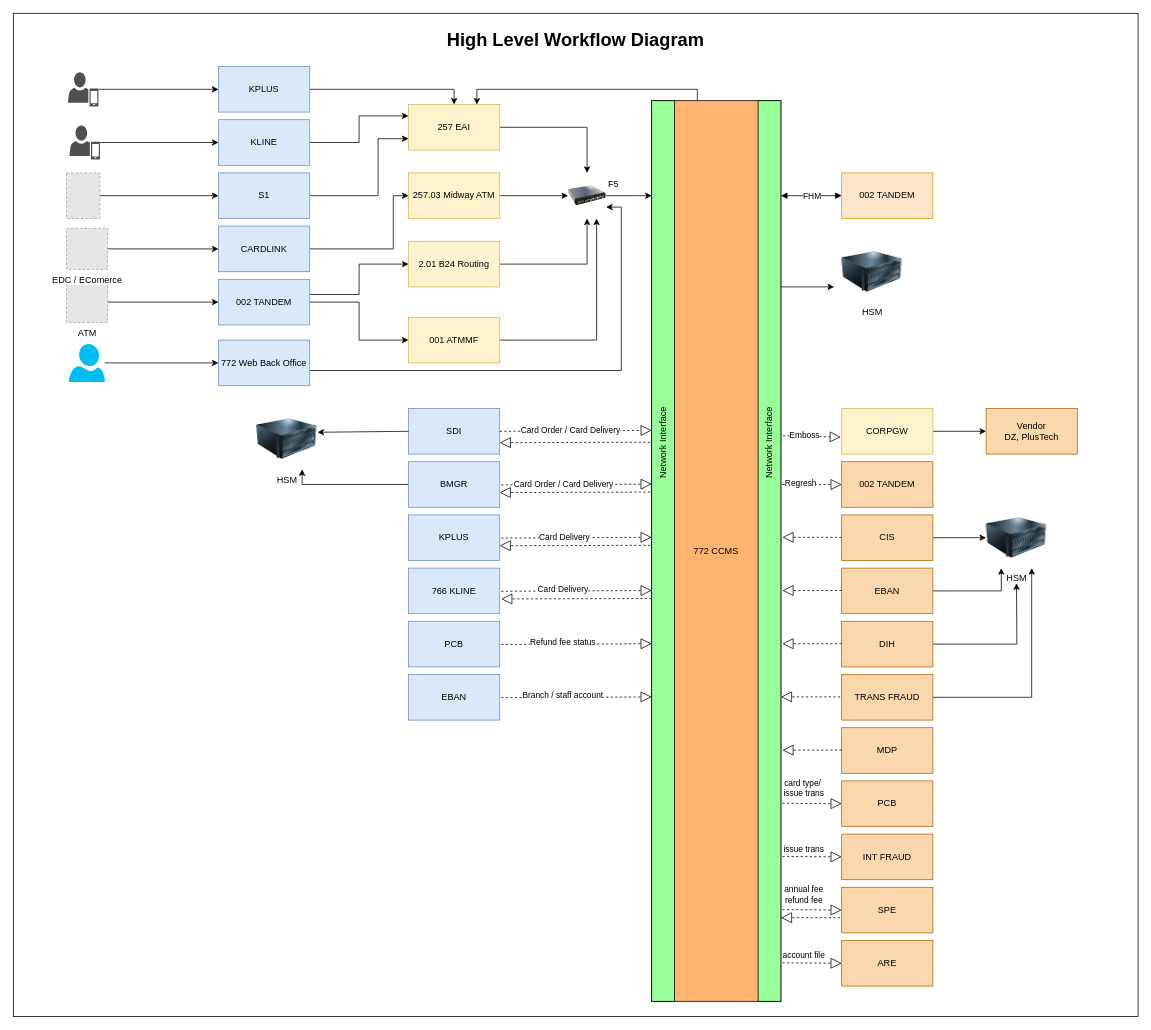
This is page "High Level Diagram" (2 of 7) of CCMS_Diagram.drawio from chawaratr/drawio, a draw.io file, before an edit. Source tidied: cells renumbered, new cells numbered last; positions are measured from the earlier drawing's top-left corner, leaving out a move shared by most shapes. Both pictures are drawn from the tidied source at 76%, with x=0, y=0 at pixel (13, 13). Pictures stored in the file or linked from it are replaced by grey dashed boxes.
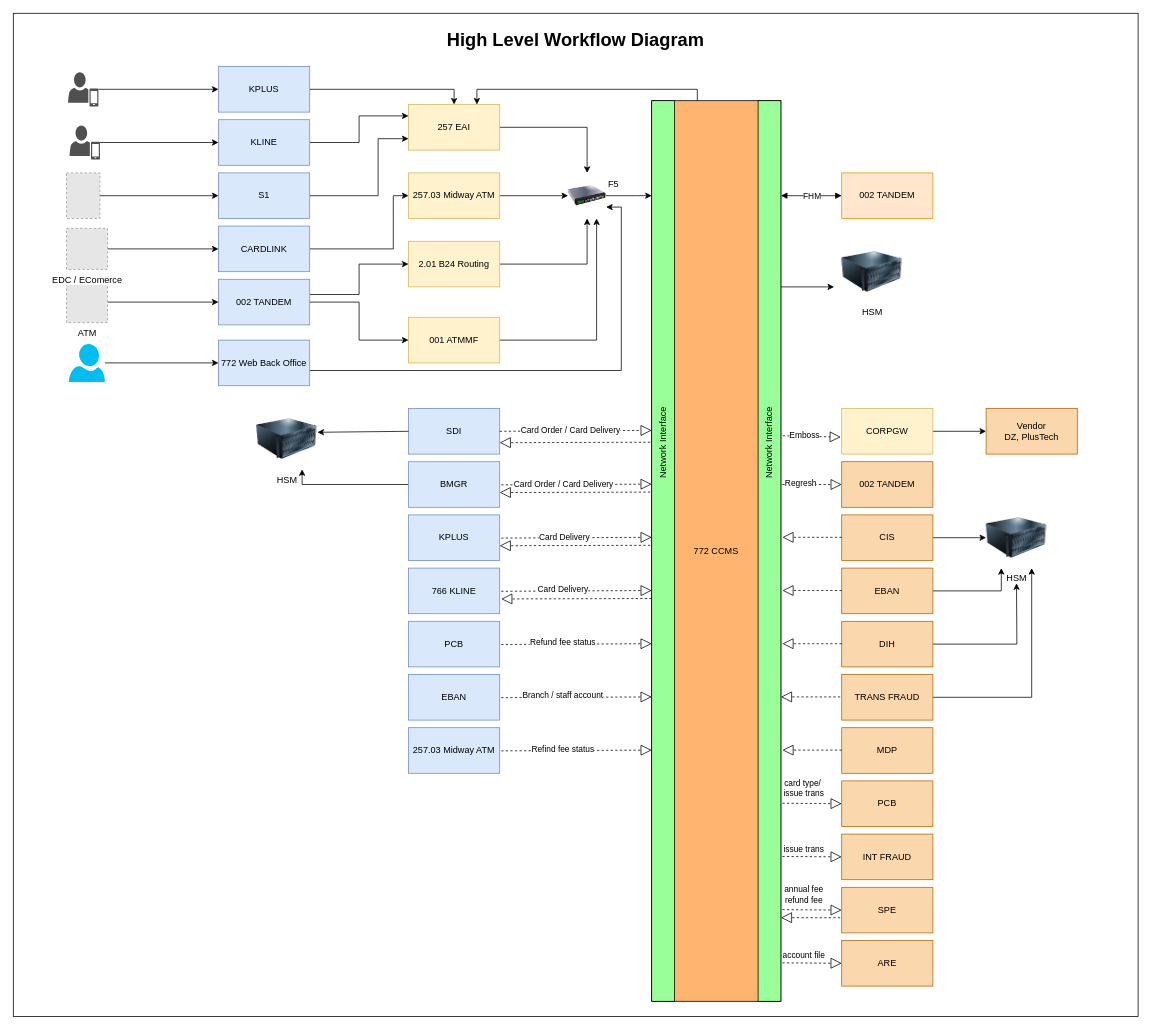
The same page after the edit.

The edit, as a diff of the source:
```diff
@@
+    <mxCell id="112" value="257.03 Midway ATM" style="rounded=0;whiteSpace=wrap;html=1;fillColor=#dae8fc;strokeColor=#6c8ebf;" parent="1" vertex="1">
+      <mxGeometry x="520" y="940" width="120" height="60" as="geometry" />
+    </mxCell>
+    <mxCell id="113" style="endArrow=block;dashed=1;endFill=0;endSize=12;html=1;rounded=0;entryX=-0.018;entryY=0.599;entryDx=0;entryDy=0;entryPerimeter=0;exitX=1;exitY=0.5;exitDx=0;exitDy=0;" parent="1" edge="1">
+      <mxGeometry relative="1" as="geometry">
+        <mxPoint x="642" y="970.5" as="sourcePoint" />
+        <mxPoint x="840" y="969.5" as="targetPoint" />
+      </mxGeometry>
+    </mxCell>
+    <mxCell id="114" value="Refind fee status" style="edgeLabel;html=1;align=center;verticalAlign=middle;" parent="113" vertex="1">
+      <mxGeometry x="-0.17" y="3" relative="1" as="geometry">
+        <mxPoint x="-1" as="offset" />
+      </mxGeometry>
+    </mxCell>
```
